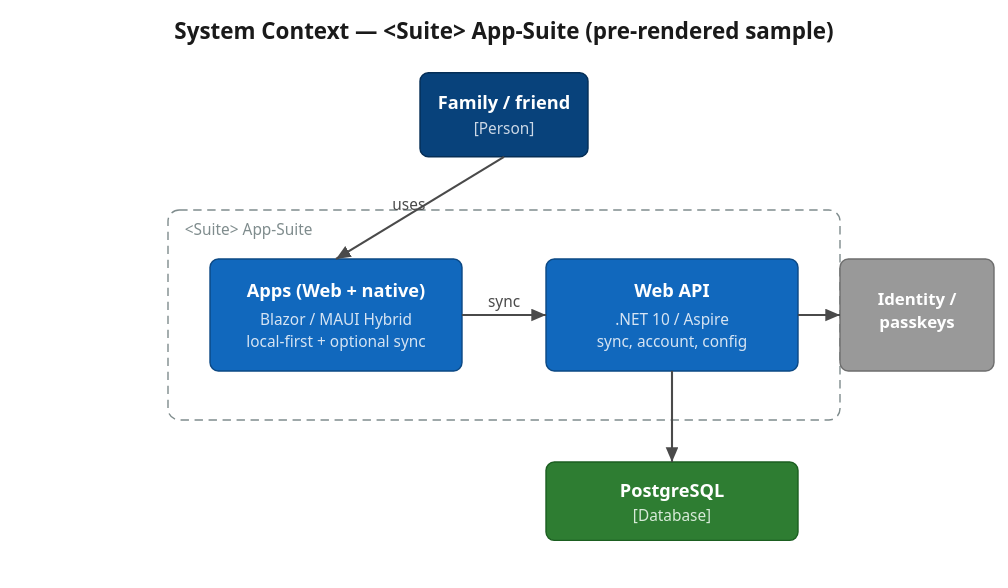
Before: docs/diagrams/exported/system-context.svg, a diagram exported from PlantUML (CircleTools-ch/circletools-suite). Its source is kept beside it as docs/diagrams/c4/system-context.puml.
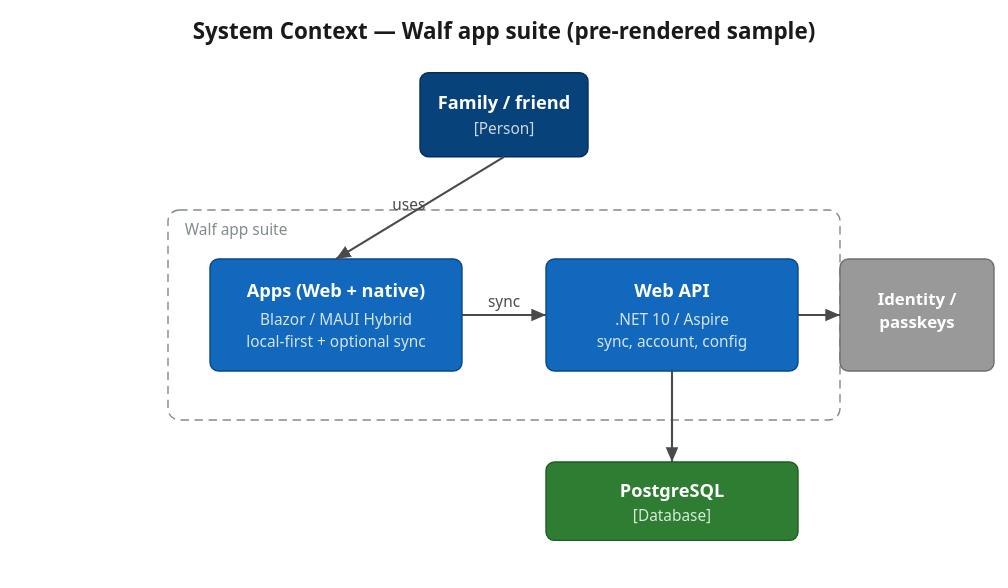
Later version of the same file.

Diff of the diagram source:
```diff
@@ -1,11 +1,11 @@
 @startuml system-context
 !include https://raw.githubusercontent.com/plantuml-stdlib/C4-PlantUML/master/C4_Context.puml
 
-title System Context — <Suite> App-Suite (Secret-Santa)
+title System Context — Walf app suite (Secret-Santa)
 
 Person(user, "Family / friends member", "Uses the apps on phone, tablet, or web")
 
-System_Boundary(suite, "<Suite> App-Suite") {
+System_Boundary(suite, "Walf app suite") {
   System(clients, "Apps (Web + native)", "Blazor / MAUI Blazor Hybrid; local-first with optional sync")
   System(api, "Web API", ".NET 10 / Aspire; sync, account, shared config")
 }
```
